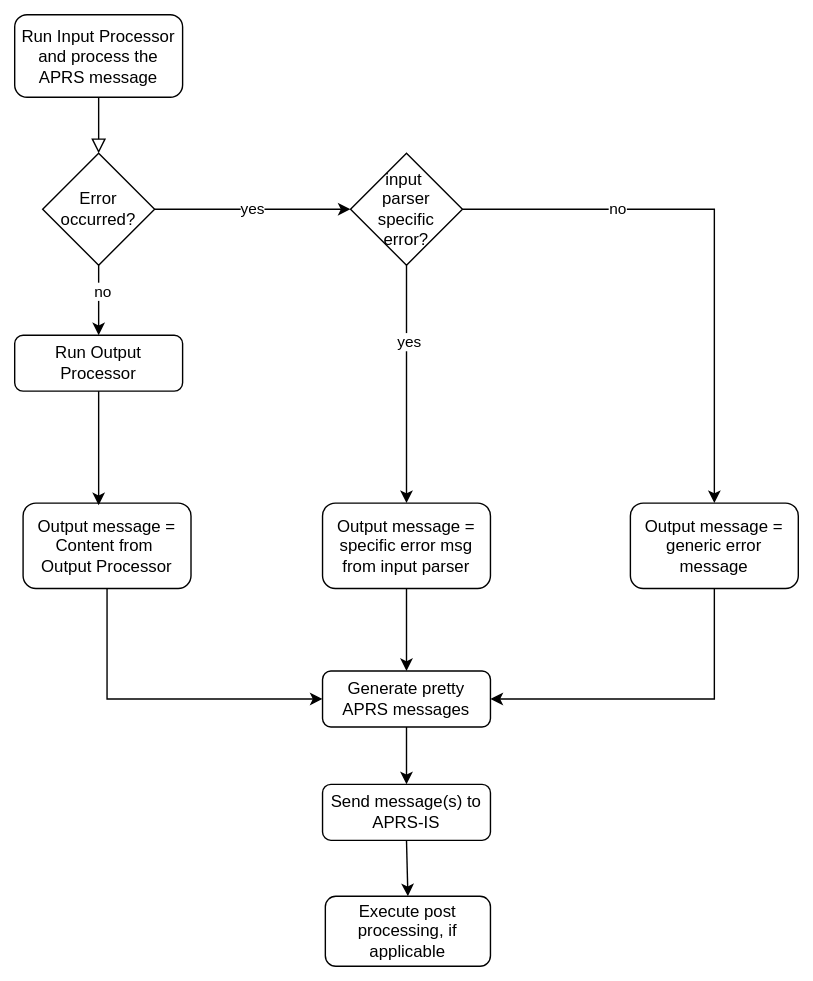
The draw.io diagram img/workflow_input_output_processing.svg in joergschultzelutter/core-aprs-client, before a commit. Source tidied: cells renumbered, new cells last; positions are measured from the earlier drawing's top-left corner, leaving out a move shared by most shapes.
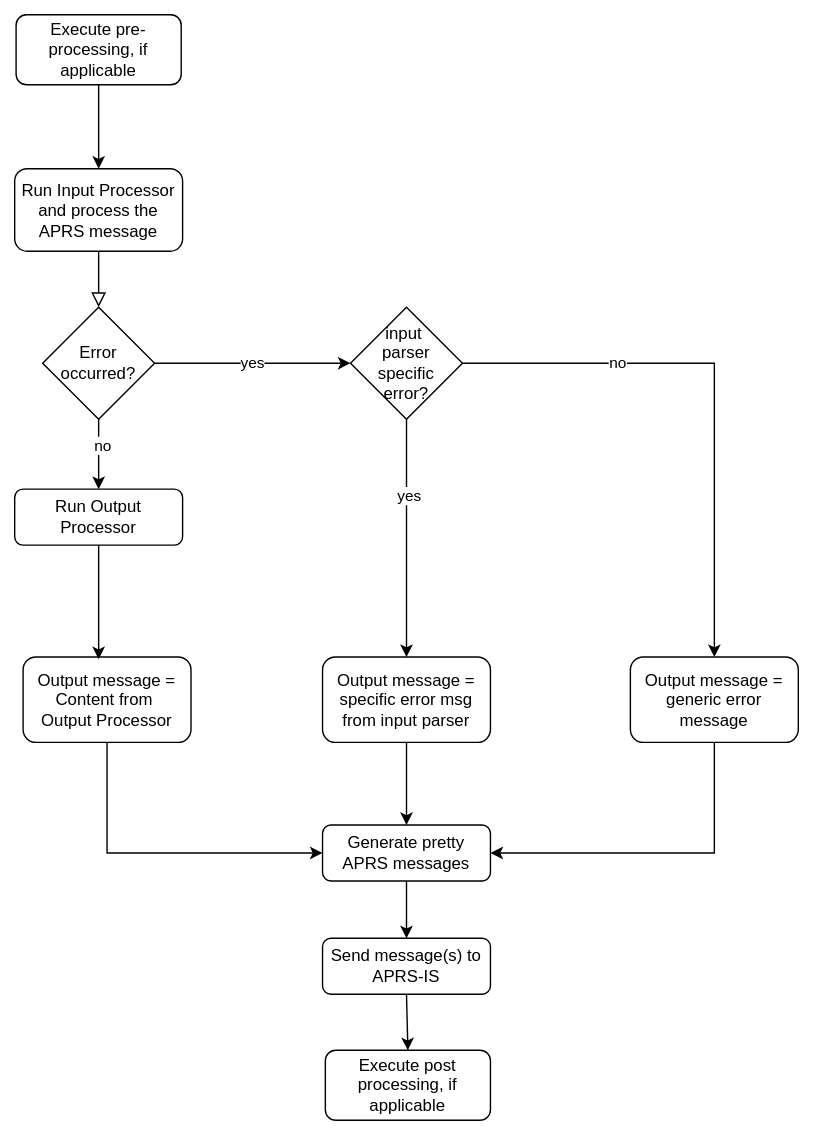
The same file after the commit.

Change to the diagram source:
```diff
@@ -86,5 +86,11 @@
     <mxCell id="25" style="endArrow=classic;html=1;rounded=0;exitX=0.5;exitY=1;exitDx=0;exitDy=0;entryX=0.5;entryY=0;entryDx=0;entryDy=0;" parent="1" edge="1" source="19" target="24">
       <mxGeometry relative="1" as="geometry" />
     </mxCell>
+    <mxCell id="26" value="Execute pre- processing, if applicable" style="rounded=1;whiteSpace=wrap;html=1;" parent="1" vertex="1">
+      <mxGeometry x="1" y="-110" width="118" height="50" as="geometry" />
+    </mxCell>
+    <mxCell id="27" style="endArrow=classic;html=1;rounded=0;exitX=0.5;exitY=1;exitDx=0;exitDy=0;entryX=0.5;entryY=0;entryDx=0;entryDy=0;" parent="1" edge="1" source="26" target="3">
+      <mxGeometry relative="1" as="geometry" />
+    </mxCell>
   </root>
 </mxGraphModel>
```
